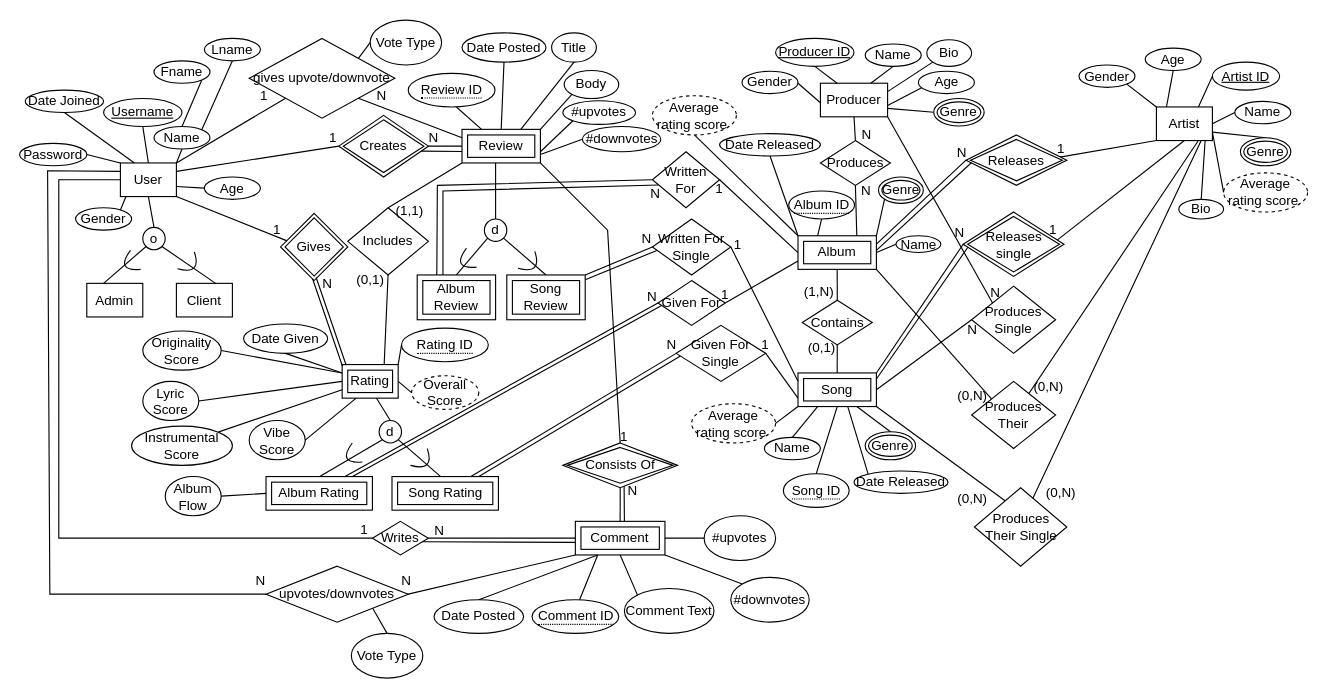
The draw.io diagram CPSC 471 Project EERD.drawio in alexchchen/musicrant, before the edit. Source tidied: cells renumbered, new cells numbered last; positions are measured from the earlier drawing's top-left corner, leaving out a move shared by most shapes. Both pictures are drawn from the tidied source at 112%, with x=0, y=0 at pixel (19, 19).
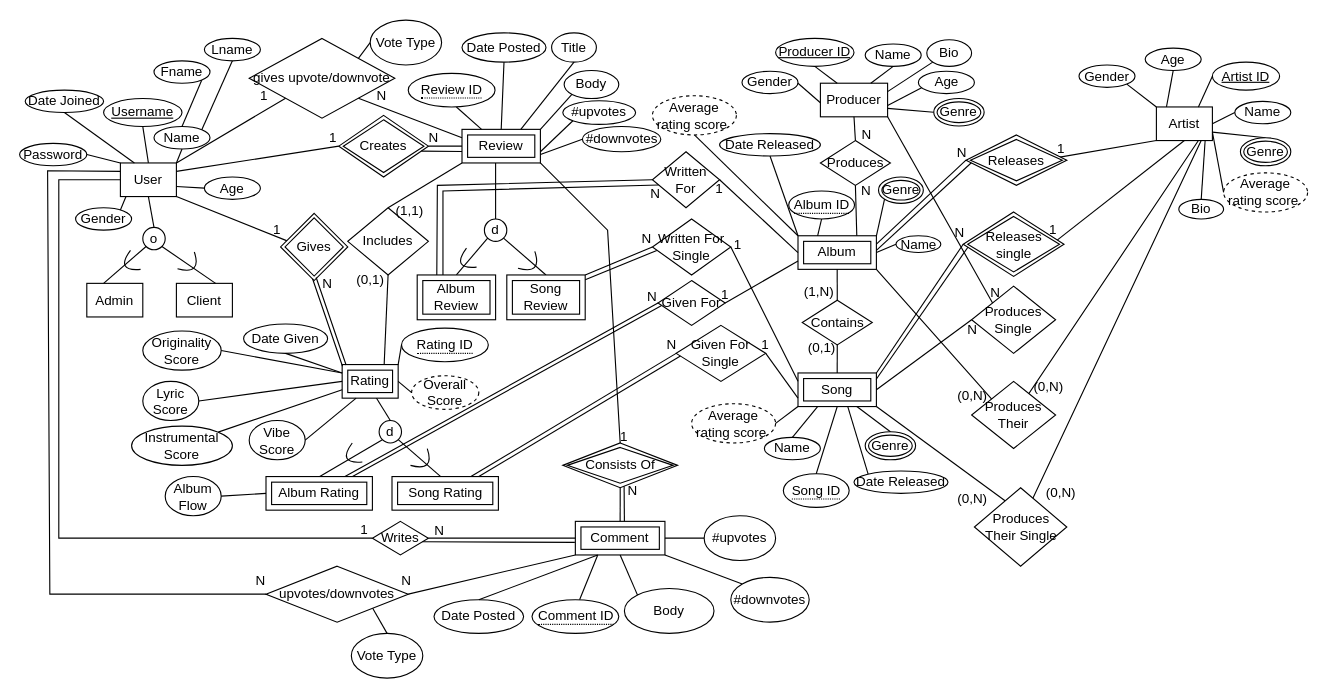
Above is the later version.

Commit message (it also covers changes not shown here):
Change 'Comment_Text' attribute to 'Body'

Diff of the diagram source:
```diff
@@
-    <mxCell id="115" value="Comment Text" style="ellipse;whiteSpace=wrap;html=1;align=center;" parent="1" vertex="1">
+    <mxCell id="115" value="Body" style="ellipse;whiteSpace=wrap;html=1;align=center;" parent="1" vertex="1">
       <mxGeometry x="540" y="508" width="80" height="40" as="geometry" />
     </mxCell>
```
